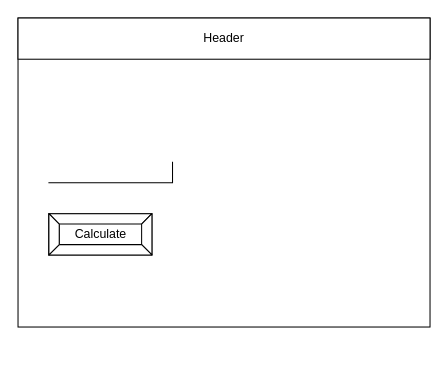
Above: design/story-board.drawio in sam-corbett/ICS2O-Unit5-05-JS (draw.io), before the change. Source tidied: cells renumbered, new cells numbered last; positions are measured from the earlier drawing's top-left corner, leaving out a move shared by most shapes. Both pictures are drawn from the tidied source at 103%, with x=0, y=0 at pixel (18, 18).
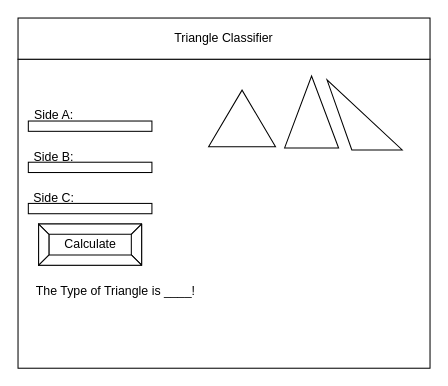
After the change.

Commit message (it also covers changes not shown here):
storyboard and flowchart created!

What changed in the source:
```diff
@@
 <mxGraphModel>
   <root>
     <mxCell id="0" />
     <mxCell id="1" parent="0" />
     <mxCell id="2" style="rounded=0;whiteSpace=wrap;html=1;" parent="1" vertex="1">
-      <mxGeometry width="400" height="300" as="geometry" />
+      <mxGeometry y="40" width="400" height="300" as="geometry" />
     </mxCell>
-    <mxCell id="3" value="Header" style="rounded=0;whiteSpace=wrap;html=1;" parent="1" vertex="1">
+    <mxCell id="3" value="Triangle Classifier" style="rounded=0;whiteSpace=wrap;html=1;" parent="1" vertex="1">
       <mxGeometry width="400" height="40" as="geometry" />
     </mxCell>
-    <mxCell id="4" style="shape=partialRectangle;whiteSpace=wrap;html=1;top=0;left=0;fillColor=none;" parent="1" vertex="1">
-      <mxGeometry x="30" y="140" width="120" height="20" as="geometry" />
-    </mxCell>
     <mxCell id="5" value="Calculate" style="labelPosition=center;verticalLabelPosition=middle;align=center;html=1;shape=mxgraph.basic.button;dx=10;" parent="1" vertex="1">
-      <mxGeometry x="30" y="190" width="100" height="40" as="geometry" />
+      <mxGeometry x="20" y="200" width="100" height="40" as="geometry" />
     </mxCell>
+    <mxCell id="6" style="rounded=0;whiteSpace=wrap;html=1;" parent="1" vertex="1">
+      <mxGeometry x="10" y="100" width="120" height="10" as="geometry" />
+    </mxCell>
+    <mxCell id="7" value="Side A:" style="text;html=1;strokeColor=none;fillColor=none;align=center;verticalAlign=middle;whiteSpace=wrap;rounded=0;" parent="1" vertex="1">
+      <mxGeometry x="10" y="90" width="50" height="10" as="geometry" />
+    </mxCell>
+    <mxCell id="8" style="rounded=0;whiteSpace=wrap;html=1;" parent="1" vertex="1">
+      <mxGeometry x="10" y="140" width="120" height="10" as="geometry" />
+    </mxCell>
+    <mxCell id="9" value="Side B:" style="text;html=1;strokeColor=none;fillColor=none;align=center;verticalAlign=middle;whiteSpace=wrap;rounded=0;" parent="1" vertex="1">
+      <mxGeometry x="10" y="130" width="50" height="10" as="geometry" />
+    </mxCell>
+    <mxCell id="10" style="rounded=0;whiteSpace=wrap;html=1;" parent="1" vertex="1">
+      <mxGeometry x="10" y="180" width="120" height="10" as="geometry" />
+    </mxCell>
+    <mxCell id="11" value="Side C:" style="text;html=1;strokeColor=none;fillColor=none;align=center;verticalAlign=middle;whiteSpace=wrap;rounded=0;" parent="1" vertex="1">
+      <mxGeometry x="10" y="170" width="50" height="10" as="geometry" />
+    </mxCell>
+    <mxCell id="12" style="triangle;whiteSpace=wrap;html=1;rotation=-90;" parent="1" vertex="1">
+      <mxGeometry x="190" y="65" width="55" height="65" as="geometry" />
+    </mxCell>
+    <mxCell id="13" style="triangle;whiteSpace=wrap;html=1;rotation=-90;" parent="1" vertex="1">
+      <mxGeometry x="250" y="65" width="70" height="52.5" as="geometry" />
+    </mxCell>
+    <mxCell id="14" style="verticalLabelPosition=bottom;verticalAlign=top;html=1;shape=mxgraph.basic.obtuse_triangle;dx=0.33;" parent="1" vertex="1">
+      <mxGeometry x="300" y="60" width="73" height="68.1" as="geometry" />
+    </mxCell>
+    <mxCell id="15" value="The Type of Triangle is ____!" style="text;html=1;strokeColor=none;fillColor=none;align=center;verticalAlign=middle;whiteSpace=wrap;rounded=0;" parent="1" vertex="1">
+      <mxGeometry x="10" y="250" width="170" height="30" as="geometry" />
+    </mxCell>
   </root>
 </mxGraphModel>
```
